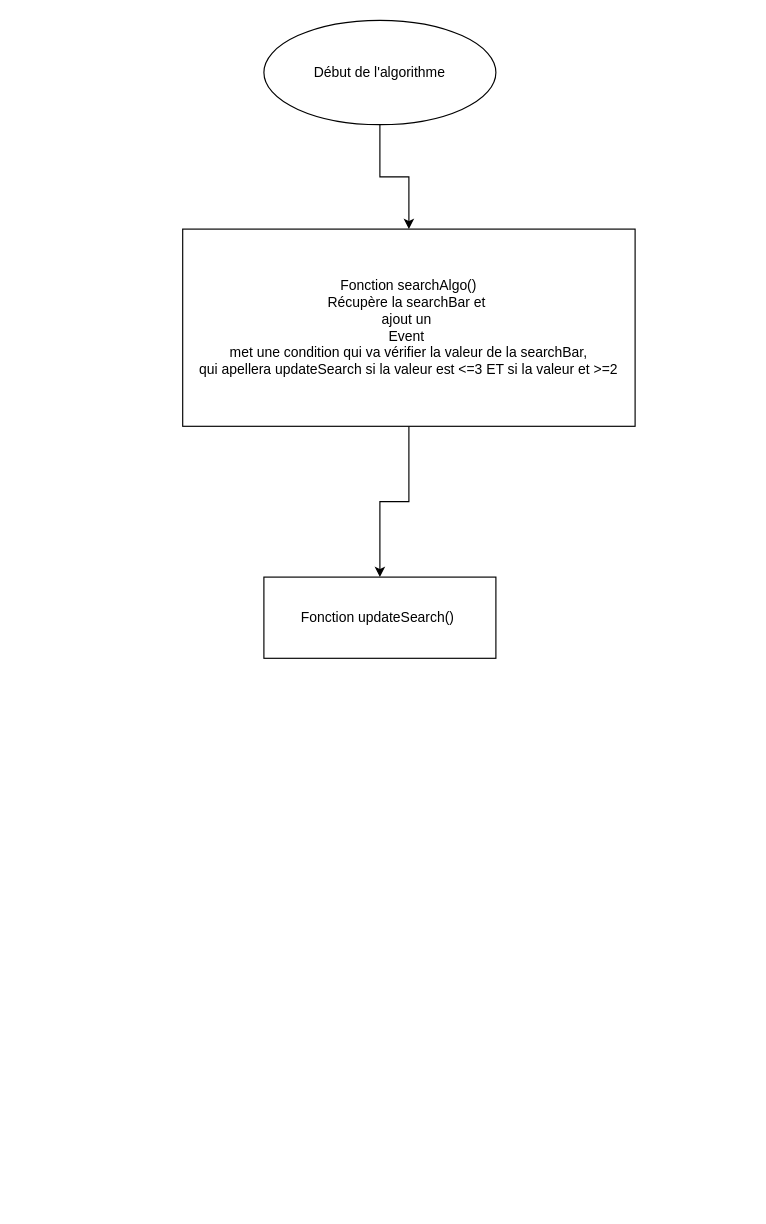
Earlier version of the draw.io diagram Algo de recherche n°2.drawio (abaddon101/Projet---Les-Petits-Plats). Source tidied: cells renumbered, new cells numbered last; positions are measured from the earlier drawing's top-left corner, leaving out a move shared by most shapes. Both pictures are drawn from the tidied source at 116%, with x=0, y=0 at pixel (182, 20).
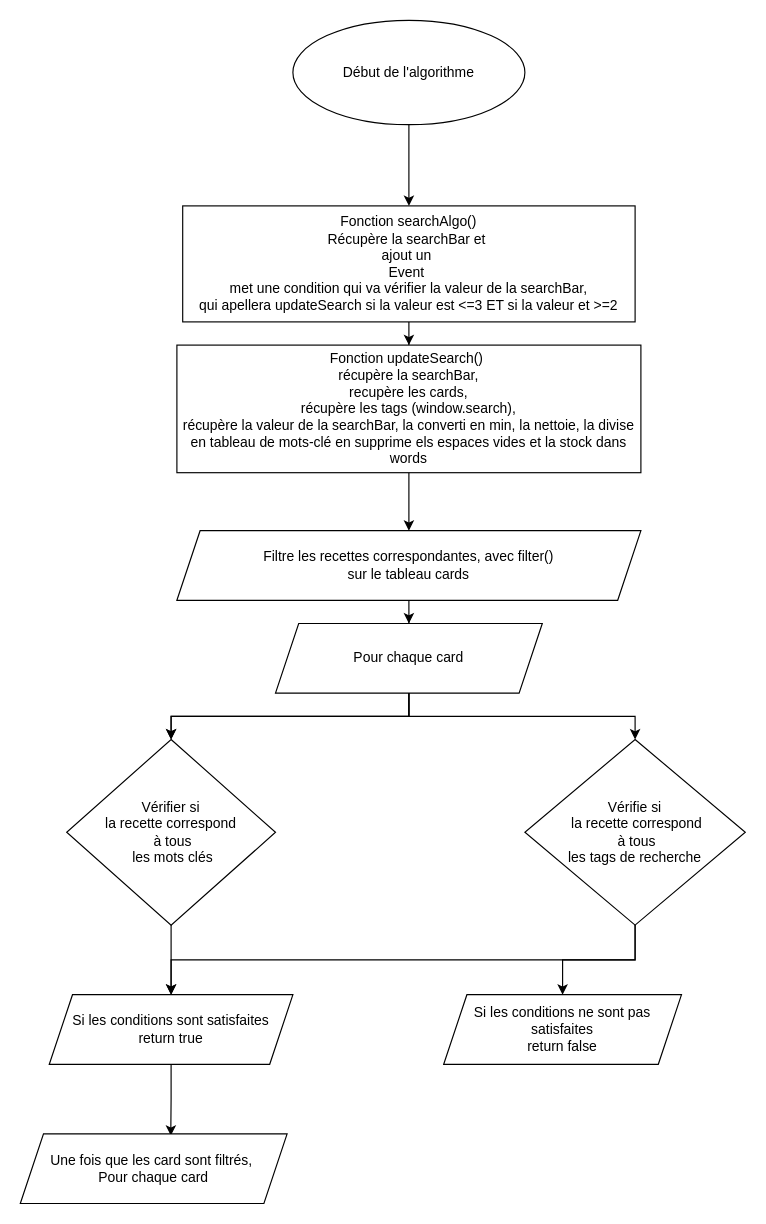
The same page after the edit.

Commit message:
Mettre à jour Algo de recherche n°2.drawio

The edit, as a diff of the source:
```diff
@@
     <mxCell id="3" value="Début de l'algorithme" style="ellipse;whiteSpace=wrap;html=1;" parent="1" vertex="1">
-      <mxGeometry x="70" width="200" height="90" as="geometry" />
+      <mxGeometry x="95" width="200" height="90" as="geometry" />
     </mxCell>
@@
     <mxCell id="5" value="Fonction searchAlgo()&lt;br&gt;Récupère la searchBar et&amp;nbsp;&lt;br&gt;ajout un&amp;nbsp;&lt;br&gt;Event&amp;nbsp;&lt;br&gt;met une condition qui va vérifier la valeur de la searchBar,&lt;br&gt;qui apellera updateSearch si la valeur est &amp;lt;=3 ET si la valeur et &amp;gt;=2" style="rounded=0;whiteSpace=wrap;html=1;" parent="1" vertex="1">
-      <mxGeometry y="180" width="390" height="170" as="geometry" />
+      <mxGeometry y="160" width="390" height="100" as="geometry" />
     </mxCell>
+    <mxCell id="7" style="edgeStyle=orthogonalEdgeStyle;rounded=0;jettySize=auto;html=1;" parent="1" edge="1" source="6" target="9">
+      <mxGeometry relative="1" as="geometry" />
+    </mxCell>
-    <mxCell id="6" value="Fonction updateSearch()&amp;nbsp;" style="rounded=0;whiteSpace=wrap;html=1;" parent="1" vertex="1">
-      <mxGeometry x="70" y="480" width="200" height="70" as="geometry" />
+    <mxCell id="6" value="Fonction updateSearch()&amp;nbsp;&lt;br&gt;récupère la searchBar,&lt;br&gt;recupère les cards,&lt;br&gt;récupère les tags (window.search),&lt;br&gt;récupère la valeur de la searchBar, la converti en min, la nettoie, la divise en tableau de mots-clé en supprime els espaces vides et la stock dans words" style="rounded=0;whiteSpace=wrap;html=1;" parent="1" vertex="1">
+      <mxGeometry x="-5" y="280" width="400" height="110" as="geometry" />
     </mxCell>
+    <mxCell id="8" style="edgeStyle=orthogonalEdgeStyle;rounded=0;jettySize=auto;html=1;" parent="1" edge="1" source="9" target="13">
+      <mxGeometry relative="1" as="geometry" />
+    </mxCell>
+    <mxCell id="9" value="Filtre les recettes correspondantes, avec filter()&lt;br&gt;sur le tableau cards" style="shape=parallelogram;perimeter=parallelogramPerimeter;whiteSpace=wrap;html=1;fixedSize=1;rounded=0;" parent="1" vertex="1">
+      <mxGeometry x="-5" y="440" width="400" height="60" as="geometry" />
+    </mxCell>
+    <mxCell id="10" style="edgeStyle=orthogonalEdgeStyle;rounded=0;jettySize=auto;html=1;" parent="1" edge="1" source="13" target="15">
+      <mxGeometry relative="1" as="geometry" />
+    </mxCell>
+    <mxCell id="11" style="edgeStyle=orthogonalEdgeStyle;rounded=0;jettySize=auto;html=1;" parent="1" edge="1" source="13" target="15">
+      <mxGeometry relative="1" as="geometry" />
+    </mxCell>
+    <mxCell id="12" style="edgeStyle=orthogonalEdgeStyle;rounded=0;jettySize=auto;html=1;entryX=0.5;entryY=0;entryDx=0;entryDy=0;" parent="1" edge="1" source="13" target="18">
+      <mxGeometry relative="1" as="geometry" />
+    </mxCell>
+    <mxCell id="13" value="Pour chaque card" style="shape=parallelogram;perimeter=parallelogramPerimeter;whiteSpace=wrap;html=1;fixedSize=1;rounded=0;" parent="1" vertex="1">
+      <mxGeometry x="80" y="520" width="230" height="60" as="geometry" />
+    </mxCell>
+    <mxCell id="14" style="edgeStyle=orthogonalEdgeStyle;rounded=0;jettySize=auto;html=1;" parent="1" edge="1" source="15" target="20">
+      <mxGeometry relative="1" as="geometry" />
+    </mxCell>
+    <mxCell id="15" value="Vérifier si &lt;br&gt;la recette correspond&lt;br&gt;&amp;nbsp;à tous&lt;br&gt;&amp;nbsp;les mots clés" style="rhombus;whiteSpace=wrap;html=1;rounded=0;" parent="1" vertex="1">
+      <mxGeometry x="-100" y="620" width="180" height="160" as="geometry" />
+    </mxCell>
+    <mxCell id="16" style="edgeStyle=orthogonalEdgeStyle;rounded=0;jettySize=auto;html=1;exitX=0.5;exitY=1;exitDx=0;exitDy=0;entryX=0.5;entryY=0;entryDx=0;entryDy=0;" parent="1" edge="1" source="18" target="20">
+      <mxGeometry relative="1" as="geometry" />
+    </mxCell>
+    <mxCell id="17" style="edgeStyle=orthogonalEdgeStyle;rounded=0;jettySize=auto;html=1;entryX=0.5;entryY=0;entryDx=0;entryDy=0;" parent="1" edge="1" source="18" target="21">
+      <mxGeometry relative="1" as="geometry" />
+    </mxCell>
+    <mxCell id="18" value="Vérifie si&lt;br&gt;&amp;nbsp;la recette correspond&lt;br&gt;&amp;nbsp;à tous &lt;br&gt;les tags de recherche" style="rhombus;whiteSpace=wrap;html=1;rounded=0;" parent="1" vertex="1">
+      <mxGeometry x="295" y="620" width="190" height="160" as="geometry" />
+    </mxCell>
+    <mxCell id="19" style="edgeStyle=orthogonalEdgeStyle;rounded=0;jettySize=auto;html=1;entryX=0.564;entryY=0.025;entryDx=0;entryDy=0;entryPerimeter=0;" parent="1" edge="1" source="20" target="22">
+      <mxGeometry relative="1" as="geometry" />
+    </mxCell>
+    <mxCell id="20" value="Si les conditions sont satisfaites&lt;br&gt;return true" style="shape=parallelogram;perimeter=parallelogramPerimeter;whiteSpace=wrap;html=1;fixedSize=1;rounded=0;" parent="1" vertex="1">
+      <mxGeometry x="-115" y="840" width="210" height="60" as="geometry" />
+    </mxCell>
+    <mxCell id="21" value="Si les conditions ne sont pas satisfaites&lt;br&gt;return false" style="shape=parallelogram;perimeter=parallelogramPerimeter;whiteSpace=wrap;html=1;fixedSize=1;rounded=0;" parent="1" vertex="1">
+      <mxGeometry x="225" y="840" width="205" height="60" as="geometry" />
+    </mxCell>
+    <mxCell id="22" value="Une fois que les card sont filtrés,&amp;nbsp;&lt;br&gt;Pour chaque card" style="shape=parallelogram;perimeter=parallelogramPerimeter;whiteSpace=wrap;html=1;fixedSize=1;rounded=0;" parent="1" vertex="1">
+      <mxGeometry x="-140" y="960" width="230" height="60" as="geometry" />
+    </mxCell>
```
